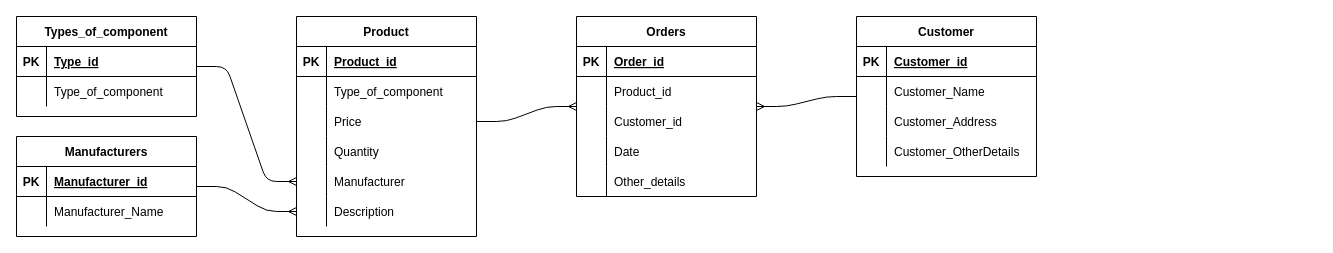
Above: DNS.drawio in OleksijShtoltz/Labs_DataBase (draw.io), before the change. Source tidied: cells renumbered, new cells numbered last; positions are measured from the earlier drawing's top-left corner, leaving out a move shared by most shapes. Both pictures are drawn from the tidied source at 100%, with x=0, y=0 at pixel (16, 16).
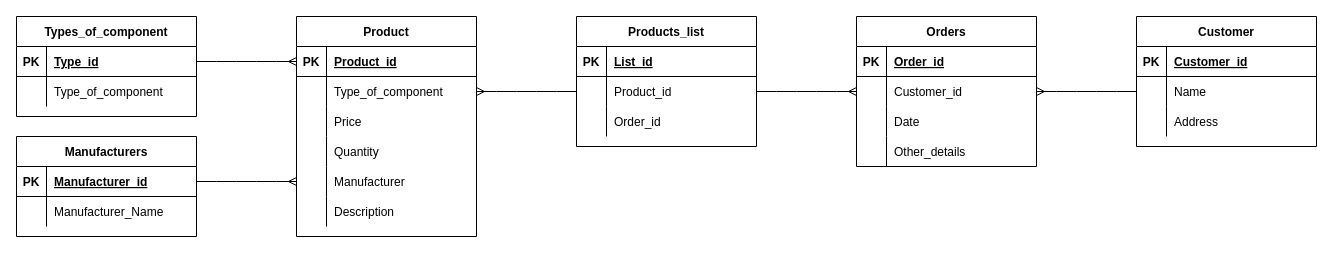
The same diagram, later.

The change refers to these unchanged cells:
```xml
<mxCell id="6" value="Types_of_component" style="shape=table;startSize=30;childLayout=tableLayout;rowLines=0;fontStyle=1;align=center;" parent="1" vertex="1">
  <mxGeometry width="180" height="100" as="geometry" />
</mxCell>
<mxCell id="7" style="shape=partialRectangle;fillColor=none;top=0;left=0;bottom=1;right=0;points=[[0,0.5],[1,0.5]];portConstraint=eastwest;" parent="6" vertex="1">
  <mxGeometry y="30" width="180" height="30" as="geometry" />
</mxCell>
<mxCell id="13" value="Manufacturers" style="shape=table;startSize=30;childLayout=tableLayout;rowLines=0;fontStyle=1;align=center;" parent="1" vertex="1">
  <mxGeometry y="120" width="180" height="100" as="geometry" />
</mxCell>
<mxCell id="14" style="shape=partialRectangle;fillColor=none;top=0;left=0;bottom=1;right=0;points=[[0,0.5],[1,0.5]];portConstraint=eastwest;" parent="13" vertex="1">
  <mxGeometry y="30" width="180" height="30" as="geometry" />
</mxCell>
<mxCell id="21" style="shape=partialRectangle;fillColor=none;top=0;left=0;bottom=1;right=0;points=[[0,0.5],[1,0.5]];portConstraint=eastwest;" parent="20" vertex="1">
  <mxGeometry y="30" width="180" height="30" as="geometry" />
</mxCell>
<mxCell id="24" style="shape=partialRectangle;fillColor=none;top=0;left=0;bottom=0;right=0;points=[[0,0.5],[1,0.5]];portConstraint=eastwest;" parent="20" vertex="1">
  <mxGeometry y="60" width="180" height="30" as="geometry" />
</mxCell>
<mxCell id="27" style="shape=partialRectangle;fillColor=none;top=0;left=0;bottom=0;right=0;points=[[0,0.5],[1,0.5]];portConstraint=eastwest;" parent="20" vertex="1">
  <mxGeometry y="90" width="180" height="30" as="geometry" />
</mxCell>
<mxCell id="33" style="shape=partialRectangle;fillColor=none;top=0;left=0;bottom=0;right=0;points=[[0,0.5],[1,0.5]];portConstraint=eastwest;" parent="20" vertex="1">
  <mxGeometry y="150" width="180" height="30" as="geometry" />
</mxCell>
<mxCell id="36" style="shape=partialRectangle;fillColor=none;top=0;left=0;bottom=0;right=0;points=[[0,0.5],[1,0.5]];portConstraint=eastwest;" parent="20" vertex="1">
  <mxGeometry y="180" width="180" height="30" as="geometry" />
</mxCell>
<mxCell id="59" style="shape=partialRectangle;fillColor=none;top=0;left=0;bottom=0;right=0;points=[[0,0.5],[1,0.5]];portConstraint=eastwest;" parent="55" vertex="1">
  <mxGeometry y="60" width="180" height="30" as="geometry" />
</mxCell>
<mxCell id="62" style="shape=partialRectangle;fillColor=none;top=0;left=0;bottom=0;right=0;" parent="55" vertex="1">
  <mxGeometry y="90" width="180" height="30" as="geometry" />
</mxCell>
```

The edit, as a diff of the source:
```diff
@@
-    <mxCell id="2" style="fontSize=12;html=1;endArrow=ERmany;edgeStyle=entityRelationEdgeStyle;exitX=1;exitY=0.5;exitDx=0;exitDy=0;" parent="1" edge="1" source="27" target="39">
+    <mxCell id="2" style="fontSize=12;html=1;endArrow=none;edgeStyle=entityRelationEdgeStyle;entryX=0;entryY=0.5;entryDx=0;entryDy=0;exitX=1;exitY=0.5;exitDx=0;exitDy=0;startArrow=ERmany;startFill=0;endFill=0;" parent="1" edge="1" source="24" target="43">
       <mxGeometry relative="1" as="geometry" />
     </mxCell>
-    <mxCell id="3" style="fontSize=12;html=1;endArrow=none;endFill=1;startArrow=ERmany;startFill=1;edgeStyle=entityRelationEdgeStyle;" parent="1" edge="1" source="39" target="55">
+    <mxCell id="3" style="fontSize=12;html=1;endArrow=none;endFill=1;startArrow=ERmany;startFill=1;edgeStyle=entityRelationEdgeStyle;exitX=1;exitY=0.5;exitDx=0;exitDy=0;entryX=0;entryY=0.5;entryDx=0;entryDy=0;" parent="1" edge="1" source="46" target="59">
       <mxGeometry relative="1" as="geometry" />
     </mxCell>
-    <mxCell id="4" style="edgeStyle=entityRelationEdgeStyle;fontSize=12;html=1;endArrow=ERmany;entryX=0;entryY=0.5;entryDx=0;entryDy=0;" parent="1" edge="1" source="13" target="36">
+    <mxCell id="4" style="edgeStyle=entityRelationEdgeStyle;fontSize=12;html=1;endArrow=ERmany;entryX=0;entryY=0.5;entryDx=0;entryDy=0;exitX=1;exitY=0.5;exitDx=0;exitDy=0;" parent="1" edge="1" source="14" target="33">
       <mxGeometry relative="1" as="geometry" />
     </mxCell>
-    <mxCell id="5" style="edgeStyle=entityRelationEdgeStyle;fontSize=12;html=1;endArrow=ERmany;entryX=0;entryY=0.5;entryDx=0;entryDy=0;" parent="1" edge="1" source="6" target="33">
+    <mxCell id="5" style="edgeStyle=entityRelationEdgeStyle;fontSize=12;html=1;endArrow=ERmany;entryX=0;entryY=0.5;entryDx=0;entryDy=0;exitX=1;exitY=0.5;exitDx=0;exitDy=0;" parent="1" edge="1" source="7" target="21">
       <mxGeometry relative="1" as="geometry" />
     </mxCell>
@@
     <mxCell id="39" value="Orders" style="shape=table;startSize=30;childLayout=tableLayout;rowLines=0;fontStyle=1;align=center;" parent="1" vertex="1">
-      <mxGeometry x="560" width="180" height="180" as="geometry" />
+      <mxGeometry x="840" width="180" height="150" as="geometry" />
     </mxCell>
@@
-    <mxCell id="43" style="shape=partialRectangle;fillColor=none;top=0;left=0;bottom=0;right=0;points=[[0,0.5],[1,0.5]];portConstraint=eastwest;" parent="39" vertex="1">
-      <mxGeometry y="60" width="180" height="30" as="geometry" />
-    </mxCell>
-    <mxCell id="44" style="shape=partialRectangle;fillColor=none;top=0;left=0;bottom=0;right=0;overflow=hidden;" parent="43" vertex="1">
-      <mxGeometry width="30" height="30" as="geometry" />
-    </mxCell>
-    <mxCell id="45" value="Product_id" style="shape=partialRectangle;fillColor=none;top=0;left=0;bottom=0;right=0;align=left;spacingLeft=6;overflow=hidden;" parent="43" vertex="1">
-      <mxGeometry x="30" width="150" height="30" as="geometry" />
-    </mxCell>
     <mxCell id="46" style="shape=partialRectangle;fillColor=none;top=0;left=0;bottom=0;right=0;points=[[0,0.5],[1,0.5]];portConstraint=eastwest;" parent="39" vertex="1">
-      <mxGeometry y="90" width="180" height="30" as="geometry" />
+      <mxGeometry y="60" width="180" height="30" as="geometry" />
     </mxCell>
@@
     <mxCell id="49" style="shape=partialRectangle;fillColor=none;top=0;left=0;bottom=0;right=0;" parent="39" vertex="1">
-      <mxGeometry y="120" width="180" height="30" as="geometry" />
+      <mxGeometry y="90" width="180" height="30" as="geometry" />
     </mxCell>
@@
     <mxCell id="52" style="shape=partialRectangle;fillColor=none;top=0;left=0;bottom=0;right=0;" parent="39" vertex="1">
-      <mxGeometry y="150" width="180" height="30" as="geometry" />
+      <mxGeometry y="120" width="180" height="30" as="geometry" />
     </mxCell>
@@
     <mxCell id="55" value="Customer" style="shape=table;startSize=30;childLayout=tableLayout;rowLines=0;fontStyle=1;align=center;" parent="1" vertex="1">
-      <mxGeometry x="840" width="180" height="160" as="geometry" />
+      <mxGeometry x="1120" width="180" height="130" as="geometry" />
     </mxCell>
@@
-    <mxCell id="61" value="Customer_Name" style="shape=partialRectangle;fillColor=none;top=0;left=0;bottom=0;right=0;align=left;spacingLeft=6;overflow=hidden;" parent="59" vertex="1">
+    <mxCell id="61" value="Name" style="shape=partialRectangle;fillColor=none;top=0;left=0;bottom=0;right=0;align=left;spacingLeft=6;overflow=hidden;" parent="59" vertex="1">
       <mxGeometry x="30" width="150" height="30" as="geometry" />
     </mxCell>
@@
-    <mxCell id="64" value="Customer_Address" style="shape=partialRectangle;fillColor=none;top=0;left=0;bottom=0;right=0;align=left;spacingLeft=6;overflow=hidden;" parent="62" vertex="1">
+    <mxCell id="64" value="Address" style="shape=partialRectangle;fillColor=none;top=0;left=0;bottom=0;right=0;align=left;spacingLeft=6;overflow=hidden;" parent="62" vertex="1">
       <mxGeometry x="30" width="150" height="30" as="geometry" />
     </mxCell>
-    <mxCell id="65" style="shape=partialRectangle;fillColor=none;top=0;left=0;bottom=0;right=0;" parent="55" vertex="1">
-      <mxGeometry y="120" width="180" height="30" as="geometry" />
-    </mxCell>
-    <mxCell id="66" style="shape=partialRectangle;fillColor=none;top=0;left=0;bottom=0;right=0;overflow=hidden;" parent="65" vertex="1">
-      <mxGeometry width="30" height="30" as="geometry" />
-    </mxCell>
-    <mxCell id="67" value="Customer_OtherDetails" style="shape=partialRectangle;fillColor=none;top=0;left=0;bottom=0;right=0;align=left;spacingLeft=6;overflow=hidden;" parent="65" vertex="1">
-      <mxGeometry x="30" width="150" height="30" as="geometry" />
-    </mxCell>
+    <mxCell id="68" value="Products_list" style="shape=table;startSize=30;childLayout=tableLayout;rowLines=0;fontStyle=1;align=center;" parent="1" vertex="1">
+      <mxGeometry x="560" width="180" height="130" as="geometry" />
+    </mxCell>
+    <mxCell id="69" style="shape=partialRectangle;fillColor=none;top=0;left=0;bottom=1;right=0;" parent="68" vertex="1">
+      <mxGeometry y="30" width="180" height="30" as="geometry" />
+    </mxCell>
+    <mxCell id="70" value="PK" style="shape=partialRectangle;fillColor=none;top=0;left=0;bottom=0;right=0;fontStyle=1;overflow=hidden;" parent="69" vertex="1">
+      <mxGeometry width="30" height="30" as="geometry" />
+    </mxCell>
+    <mxCell id="71" value="List_id" style="shape=partialRectangle;fillColor=none;top=0;left=0;bottom=0;right=0;align=left;spacingLeft=6;fontStyle=5;overflow=hidden;" parent="69" vertex="1">
+      <mxGeometry x="30" width="150" height="30" as="geometry" />
+    </mxCell>
+    <mxCell id="43" style="shape=partialRectangle;fillColor=none;top=0;left=0;bottom=0;right=0;points=[[0,0.5],[1,0.5]];portConstraint=eastwest;" parent="68" vertex="1">
+      <mxGeometry y="60" width="180" height="30" as="geometry" />
+    </mxCell>
+    <mxCell id="72" style="shape=partialRectangle;fillColor=none;top=0;left=0;bottom=0;right=0;overflow=hidden;" parent="43" vertex="1">
+      <mxGeometry width="30" height="30" as="geometry" />
+    </mxCell>
+    <mxCell id="45" value="Product_id" style="shape=partialRectangle;fillColor=none;top=0;left=0;bottom=0;right=0;align=left;spacingLeft=6;overflow=hidden;" parent="43" vertex="1">
+      <mxGeometry x="30" width="150" height="30" as="geometry" />
+    </mxCell>
+    <mxCell id="73" style="shape=partialRectangle;fillColor=none;top=0;left=0;bottom=0;right=0;" parent="68" vertex="1">
+      <mxGeometry y="90" width="180" height="30" as="geometry" />
+    </mxCell>
+    <mxCell id="74" style="shape=partialRectangle;fillColor=none;top=0;left=0;bottom=0;right=0;overflow=hidden;" parent="73" vertex="1">
+      <mxGeometry width="30" height="30" as="geometry" />
+    </mxCell>
+    <mxCell id="75" value="Order_id" style="shape=partialRectangle;fillColor=none;top=0;left=0;bottom=0;right=0;align=left;spacingLeft=6;overflow=hidden;" parent="73" vertex="1">
+      <mxGeometry x="30" width="150" height="30" as="geometry" />
+    </mxCell>
+    <mxCell id="76" style="edgeStyle=entityRelationEdgeStyle;fontSize=12;html=1;endArrow=ERmany;startArrow=none;endFill=0;startFill=0;entryX=0;entryY=0.5;entryDx=0;entryDy=0;exitX=1;exitY=0.5;exitDx=0;exitDy=0;" parent="1" edge="1" source="43" target="46">
+      <mxGeometry relative="1" as="geometry" />
+    </mxCell>
```
